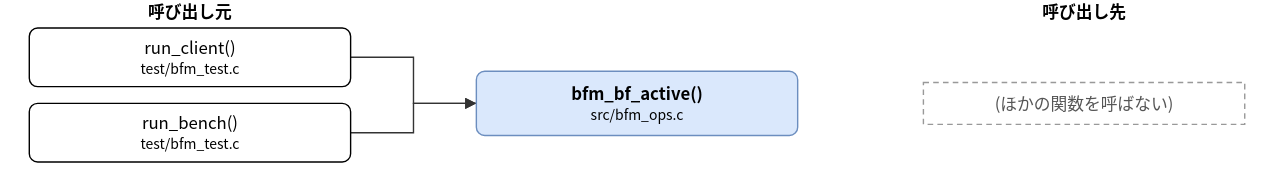
Earlier version of the draw.io export doc/spec/images/call_src_bfm_ops-bfm_bf_active.drawio.svg (hf355051012-ai/bfmem). Source tidied: cells renumbered, new cells last; positions are measured from the earlier drawing's top-left corner, leaving out a move shared by most shapes. Source of this version:
```xml
<mxGraphModel>
  <root>
    <mxCell id="0" />
    <mxCell id="1" parent="0" />
    <mxCell id="2" value="bfm_bf_active()&lt;br&gt;&lt;font style=&quot;font-size:10px&quot;&gt;src/bfm_ops.c&lt;/font&gt;" style="rounded=1;whiteSpace=wrap;html=1;fillColor=#dae8fc;strokeColor=#6c8ebf;fontStyle=1;" parent="1" vertex="1">
      <mxGeometry x="320" y="51" width="230" height="46" as="geometry" />
    </mxCell>
    <mxCell id="3" value="run_client()&lt;br&gt;&lt;font style=&quot;font-size:10px&quot;&gt;test/bfm_test.c&lt;/font&gt;" style="rounded=1;whiteSpace=wrap;html=1;" parent="1" vertex="1">
      <mxGeometry y="20" width="230" height="42" as="geometry" />
    </mxCell>
    <mxCell id="4" value="run_bench()&lt;br&gt;&lt;font style=&quot;font-size:10px&quot;&gt;test/bfm_test.c&lt;/font&gt;" style="rounded=1;whiteSpace=wrap;html=1;" parent="1" vertex="1">
      <mxGeometry y="74" width="230" height="42" as="geometry" />
    </mxCell>
    <mxCell id="5" value="(ほかの関数を呼ばない)" style="rounded=0;whiteSpace=wrap;html=1;dashed=1;strokeColor=#999999;fontColor=#555555;dashed=1;" parent="1" vertex="1">
      <mxGeometry x="640" y="59" width="230" height="30" as="geometry" />
    </mxCell>
    <mxCell id="6" style="edgeStyle=none;html=1;rounded=0;endArrow=block;endFill=1;exitX=1.0000;exitY=0.5000;exitDx=0;exitDy=0;exitPerimeter=0;entryX=0.0000;entryY=0.5000;entryDx=0;entryDy=0;entryPerimeter=0;" parent="1" edge="1" source="3" target="2">
      <mxGeometry relative="1" as="geometry">
        <Array as="points">
          <mxPoint x="275" y="41" />
          <mxPoint x="275" y="74" />
        </Array>
      </mxGeometry>
    </mxCell>
    <mxCell id="7" style="edgeStyle=none;html=1;rounded=0;endArrow=block;endFill=1;exitX=1.0000;exitY=0.5000;exitDx=0;exitDy=0;exitPerimeter=0;entryX=0.0000;entryY=0.5000;entryDx=0;entryDy=0;entryPerimeter=0;" parent="1" edge="1" source="4" target="2">
      <mxGeometry relative="1" as="geometry">
        <Array as="points">
          <mxPoint x="275" y="95" />
          <mxPoint x="275" y="74" />
        </Array>
      </mxGeometry>
    </mxCell>
    <mxCell id="8" value="呼び出し元" style="text;html=1;align=center;fontStyle=1;" parent="1" vertex="1">
      <mxGeometry x="35" width="160" height="18" as="geometry" />
    </mxCell>
    <mxCell id="9" value="呼び出し先" style="text;html=1;align=center;fontStyle=1;" parent="1" vertex="1">
      <mxGeometry x="675" width="160" height="18" as="geometry" />
    </mxCell>
  </root>
</mxGraphModel>
```
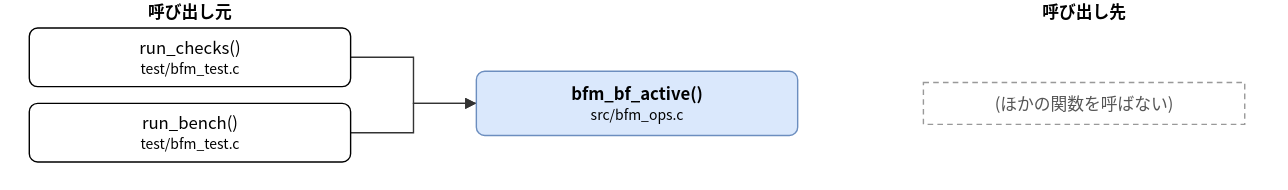
The same diagram one commit later.

Diff of the diagram source:
```diff
@@ -5,7 +5,7 @@
     <mxCell id="2" value="bfm_bf_active()&lt;br&gt;&lt;font style=&quot;font-size:10px&quot;&gt;src/bfm_ops.c&lt;/font&gt;" style="rounded=1;whiteSpace=wrap;html=1;fillColor=#dae8fc;strokeColor=#6c8ebf;fontStyle=1;" parent="1" vertex="1">
       <mxGeometry x="320" y="51" width="230" height="46" as="geometry" />
     </mxCell>
-    <mxCell id="3" value="run_client()&lt;br&gt;&lt;font style=&quot;font-size:10px&quot;&gt;test/bfm_test.c&lt;/font&gt;" style="rounded=1;whiteSpace=wrap;html=1;" parent="1" vertex="1">
+    <mxCell id="3" value="run_checks()&lt;br&gt;&lt;font style=&quot;font-size:10px&quot;&gt;test/bfm_test.c&lt;/font&gt;" style="rounded=1;whiteSpace=wrap;html=1;" parent="1" vertex="1">
       <mxGeometry y="20" width="230" height="42" as="geometry" />
     </mxCell>
     <mxCell id="4" value="run_bench()&lt;br&gt;&lt;font style=&quot;font-size:10px&quot;&gt;test/bfm_test.c&lt;/font&gt;" style="rounded=1;whiteSpace=wrap;html=1;" parent="1" vertex="1">
```
